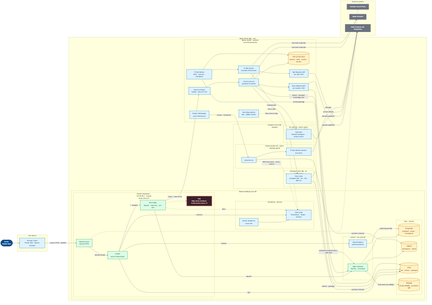
Before: products/voice-agent/docs/architecture/deployment-security.png, a diagram exported from Mermaid (ragavsathish/agent-workload-platform). Its source is kept beside it as products/voice-agent/docs/architecture/deployment-security.mmd. Its diagram source:
```mermaid
flowchart LR
    USER(["Person<br/><b>Tailnet User</b>"])

    subgraph DEVICE["User device"]
        BROWSER["Browser Client<br/>Flutter Web · Pipecat transport"]
    end

    subgraph MAC["Apple Silicon Mac · one macOS user boundary"]
        direction LR

        subgraph DOCKER["Docker Desktop Linux VM"]
            direction TB
            subgraph TRUST_NS["Shared namespace · 172.30.90.2 · trusted proxy source IP"]
                direction TB
                INGRESS["Tailscale Serve<br/>tailnet HTTPS"]
                ROUTER["Traefik<br/>owner forward-auth"]
                EDGE["Voice Edge<br/>Pipecat · read-only · non-root"]
                TRUST_RISK["Risk<br/>Edge shares Grafana's trusted proxy source IP"]
                INGRESS -->|"identity header"| ROUTER
                ROUTER -->|"/ · WebRTC"| EDGE
                EDGE -.-> TRUST_RISK
            end

            subgraph CONTROL_NET["control · non-internal"]
                GATEWAY["Agent Gateway<br/>identity · commands"]
                HABITAT["Absurd Habitat<br/>queue operations"]
            end

            subgraph DATA_NET["data · internal"]
                POSTGRES[("PostgreSQL<br/>proposals · queue · checkpoints")]
                S3[("S3Mock<br/>workspaces · results")]
                GITEA[("Gitea<br/>Git · Actions · packages")]
                OXIGRAPH[("Oxigraph<br/>loopback SPARQL · persistent RDF")]
            end

            subgraph MONITOR_NET["monitoring · internal"]
                DOCKER_METRICS["Docker VM Metrics<br/>Fluent Bit"]
                OTEL["OTel LGTM<br/>Prometheus · Tempo · Grafana"]
                GRAFANA_MCP["Grafana MCP<br/>read-only · caller bearer · MCP Apps"]
                DOCKER_METRICS --> OTEL
                GRAFANA_MCP -->|"service-account API<br/>PromQL · TraceQL"| OTEL
                GRAFANA_MCP -.->|"metrics · OTLP traces"| OTEL
            end

            EDGE -->|"task API"| GATEWAY
            EDGE -->|"identity-checked App and trace proxy"| GRAFANA_MCP
            GATEWAY --> POSTGRES
            GATEWAY --> S3
            GATEWAY -->|"fixed read-only SPARQL"| OXIGRAPH
            HABITAT -->|"scoped queue SQL"| POSTGRES
            ROUTER -->|"/queue/"| HABITAT
            ROUTER -->|"/git/"| GITEA
            ROUTER -->|"/metrics/"| OTEL
            EDGE -.->|"OTLP"| OTEL
        end

        subgraph NATIVE["Native macOS · launchd and child processes"]
            direction TB
            BROKER["Inference Broker<br/>FastAPI · MLX STT/TTS"]
            PI["Pi Voice Service<br/>persistent Pi session"]
            WORKER["Pi Task Worker<br/>claim · execute · checkpoint"]
            TASK_PI["Pi Task Session<br/>bounded child process"]
            BUILDER_MANAGER["Builder VM Manager<br/>warm VM lifecycle"]
            VOICE_WASSETTE["Voice Wassette MCP<br/>per-session child"]
            TASK_WASSETTE["Task Wassette MCP<br/>per-task child"]
            HOST_METRICS["Host Observability<br/>Mac + QEMU metrics"]
            RUNTIME[("Host-private data<br/>sessions · skills · scratch · secrets")]

            BROKER --> PI
            PI --> RUNTIME
            WORKER --> RUNTIME
            WORKER --> TASK_PI
            PI --> VOICE_WASSETTE
            TASK_PI --> TASK_WASSETTE
            PI -->|"bearer · loopback streamable HTTP"| GRAFANA_MCP
        end

        subgraph VMS["Gondolin micro-VM isolation"]
            direction TB
            subgraph VOICE_VM["Persistent voice VM · no public egress"]
                VOICE_TOOLS["Voice tools<br/>workspace RW · Git · Tea · AWS CLI"]
            end
            subgraph TASK_VM["Per-task VM · public egress enabled by current default"]
                TASK_TOOLS["Task tools<br/>isolated workspace · project policy"]
            end
            subgraph BUILDER_VM["Shared builder VM · public package egress"]
                RUNNER["Gitea Runner"]
                DOCKERD["Private Docker daemon and cache"]
                RUNNER --> DOCKERD
            end
        end

        EDGE -->|"bearer · host-access"| BROKER
        VOICE_WASSETTE -->|"component-scoped bearers<br/>task and read-only knowledge tools"| GATEWAY
        PI -->|"native tools"| VOICE_TOOLS
        TASK_PI -->|"isolated tools"| TASK_TOOLS
        BUILDER_MANAGER -->|"resume · checkpoint"| RUNNER
        VOICE_TOOLS -->|"synthetic allowlist"| GITEA
        VOICE_TOOLS -->|"synthetic allowlist"| S3
        VOICE_TOOLS -->|"raw SPARQL query/update<br/>loopback-published endpoint"| OXIGRAPH
        RUNNER -->|"Actions · packages"| GITEA
        RUNNER -.->|"OTLP job traces · runner metrics"| OTEL
        WORKER -->|"verified package"| GITEA
        HOST_METRICS -.->|"host-access scrape"| OTEL
    end

    subgraph EXTERNAL["External systems"]
        direction TB
        CONTROL["Tailscale Control Plane"]
        MODELS["Model Providers"]
        INTERNET["Public Internet and Integrations"]
    end

    USER --> BROWSER -->|"tailnet HTTPS · WebRTC"| INGRESS
    INGRESS -.-> CONTROL
    PI -->|"host-held credential"| MODELS
    TASK_PI -->|"host-held credential"| MODELS
    VOICE_WASSETTE -->|"granted capability"| INTERNET
    TASK_WASSETTE -->|"granted capability"| INTERNET
    TASK_TOOLS -->|"current default"| INTERNET
    DOCKERD -->|"packages"| INTERNET

    classDef person fill:#084c8d,color:#fff,stroke:#05345f,stroke-width:2px;
    classDef external fill:#6b7280,color:#fff,stroke:#374151,stroke-width:2px;
    classDef runtime fill:#e0f2fe,color:#0c4a6e,stroke:#0284c7,stroke-width:2px;
    classDef security fill:#dcfce7,color:#14532d,stroke:#16a34a,stroke-width:2px;
    classDef warning fill:#3b2027,color:#ffd7de,stroke:#ff778a,stroke-width:3px;
    classDef data fill:#fef3c7,color:#78350f,stroke:#d97706,stroke-width:2px;
    class USER person;
    class CONTROL,MODELS,INTERNET external;
    class BROWSER,BROKER,PI,WORKER,TASK_PI,BUILDER_MANAGER,VOICE_WASSETTE,TASK_WASSETTE,HOST_METRICS,VOICE_TOOLS,TASK_TOOLS,RUNNER,DOCKERD,HABITAT,DOCKER_METRICS,OTEL,GRAFANA_MCP runtime;
    class INGRESS,ROUTER,EDGE,GATEWAY security;
    class TRUST_RISK warning;
    class POSTGRES,S3,GITEA,OXIGRAPH,RUNTIME data;
```
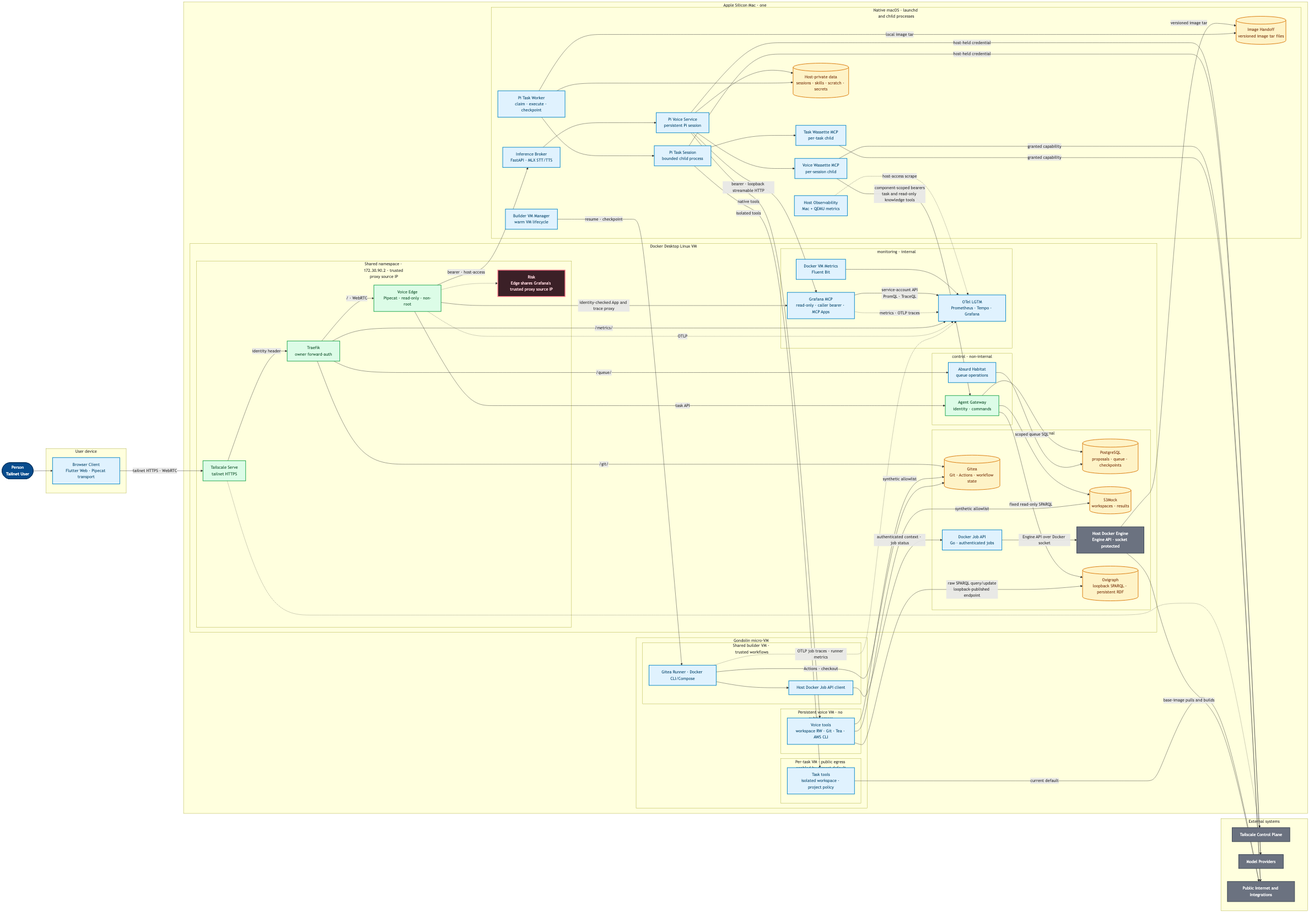
The same diagram one commit later.

Diff of the diagram source:
```diff
@@ -29,7 +29,9 @@
             subgraph DATA_NET["data · internal"]
                 POSTGRES[("PostgreSQL<br/>proposals · queue · checkpoints")]
                 S3[("S3Mock<br/>workspaces · results")]
-                GITEA[("Gitea<br/>Git · Actions · packages")]
+                GITEA[("Gitea<br/>Git · Actions · workflow state")]
+                DOCKER_JOB_API["Docker Job API<br/>Go · authenticated jobs"]
+                HOST_DOCKER["Host Docker Engine<br/>Engine API · socket protected"]
                 OXIGRAPH[("Oxigraph<br/>loopback SPARQL · persistent RDF")]
             end
 
@@ -61,6 +63,7 @@
             WORKER["Pi Task Worker<br/>claim · execute · checkpoint"]
             TASK_PI["Pi Task Session<br/>bounded child process"]
             BUILDER_MANAGER["Builder VM Manager<br/>warm VM lifecycle"]
+            IMAGE_HANDOFF[("Image Handoff<br/>versioned image tar files")]
             VOICE_WASSETTE["Voice Wassette MCP<br/>per-session child"]
             TASK_WASSETTE["Task Wassette MCP<br/>per-task child"]
             HOST_METRICS["Host Observability<br/>Mac + QEMU metrics"]
@@ -83,10 +86,10 @@
             subgraph TASK_VM["Per-task VM · public egress enabled by current default"]
                 TASK_TOOLS["Task tools<br/>isolated workspace · project policy"]
             end
-            subgraph BUILDER_VM["Shared builder VM · public package egress"]
-                RUNNER["Gitea Runner"]
-                DOCKERD["Private Docker daemon and cache"]
-                RUNNER --> DOCKERD
+            subgraph BUILDER_VM["Shared builder VM · trusted workflows"]
+                RUNNER["Gitea Runner · Docker CLI/Compose"]
+                CLIENT["Host Docker Job API client"]
+                RUNNER --> CLIENT
             end
         end
 
@@ -98,9 +101,12 @@
         VOICE_TOOLS -->|"synthetic allowlist"| GITEA
         VOICE_TOOLS -->|"synthetic allowlist"| S3
         VOICE_TOOLS -->|"raw SPARQL query/update<br/>loopback-published endpoint"| OXIGRAPH
-        RUNNER -->|"Actions · packages"| GITEA
+        RUNNER -->|"Actions · checkout"| GITEA
+        CLIENT -->|"authenticated context · job status"| DOCKER_JOB_API
+        DOCKER_JOB_API -->|"Engine API over Docker socket"| HOST_DOCKER
+        HOST_DOCKER -->|"versioned image tar"| IMAGE_HANDOFF
         RUNNER -.->|"OTLP job traces · runner metrics"| OTEL
-        WORKER -->|"verified package"| GITEA
+        WORKER -->|"local image tar"| IMAGE_HANDOFF
         HOST_METRICS -.->|"host-access scrape"| OTEL
     end
 
@@ -118,7 +124,7 @@
     VOICE_WASSETTE -->|"granted capability"| INTERNET
     TASK_WASSETTE -->|"granted capability"| INTERNET
     TASK_TOOLS -->|"current default"| INTERNET
-    DOCKERD -->|"packages"| INTERNET
+    HOST_DOCKER -->|"base-image pulls and builds"| INTERNET
 
     classDef person fill:#084c8d,color:#fff,stroke:#05345f,stroke-width:2px;
     classDef external fill:#6b7280,color:#fff,stroke:#374151,stroke-width:2px;
@@ -127,8 +133,8 @@
     classDef warning fill:#3b2027,color:#ffd7de,stroke:#ff778a,stroke-width:3px;
     classDef data fill:#fef3c7,color:#78350f,stroke:#d97706,stroke-width:2px;
     class USER person;
-    class CONTROL,MODELS,INTERNET external;
-    class BROWSER,BROKER,PI,WORKER,TASK_PI,BUILDER_MANAGER,VOICE_WASSETTE,TASK_WASSETTE,HOST_METRICS,VOICE_TOOLS,TASK_TOOLS,RUNNER,DOCKERD,HABITAT,DOCKER_METRICS,OTEL,GRAFANA_MCP runtime;
+    class CONTROL,MODELS,INTERNET,HOST_DOCKER external;
+    class BROWSER,BROKER,PI,WORKER,TASK_PI,BUILDER_MANAGER,VOICE_WASSETTE,TASK_WASSETTE,HOST_METRICS,VOICE_TOOLS,TASK_TOOLS,RUNNER,CLIENT,DOCKER_JOB_API,HABITAT,DOCKER_METRICS,OTEL,GRAFANA_MCP runtime;
     class INGRESS,ROUTER,EDGE,GATEWAY security;
     class TRUST_RISK warning;
-    class POSTGRES,S3,GITEA,OXIGRAPH,RUNTIME data;
+    class POSTGRES,S3,GITEA,OXIGRAPH,RUNTIME,IMAGE_HANDOFF data;
```
